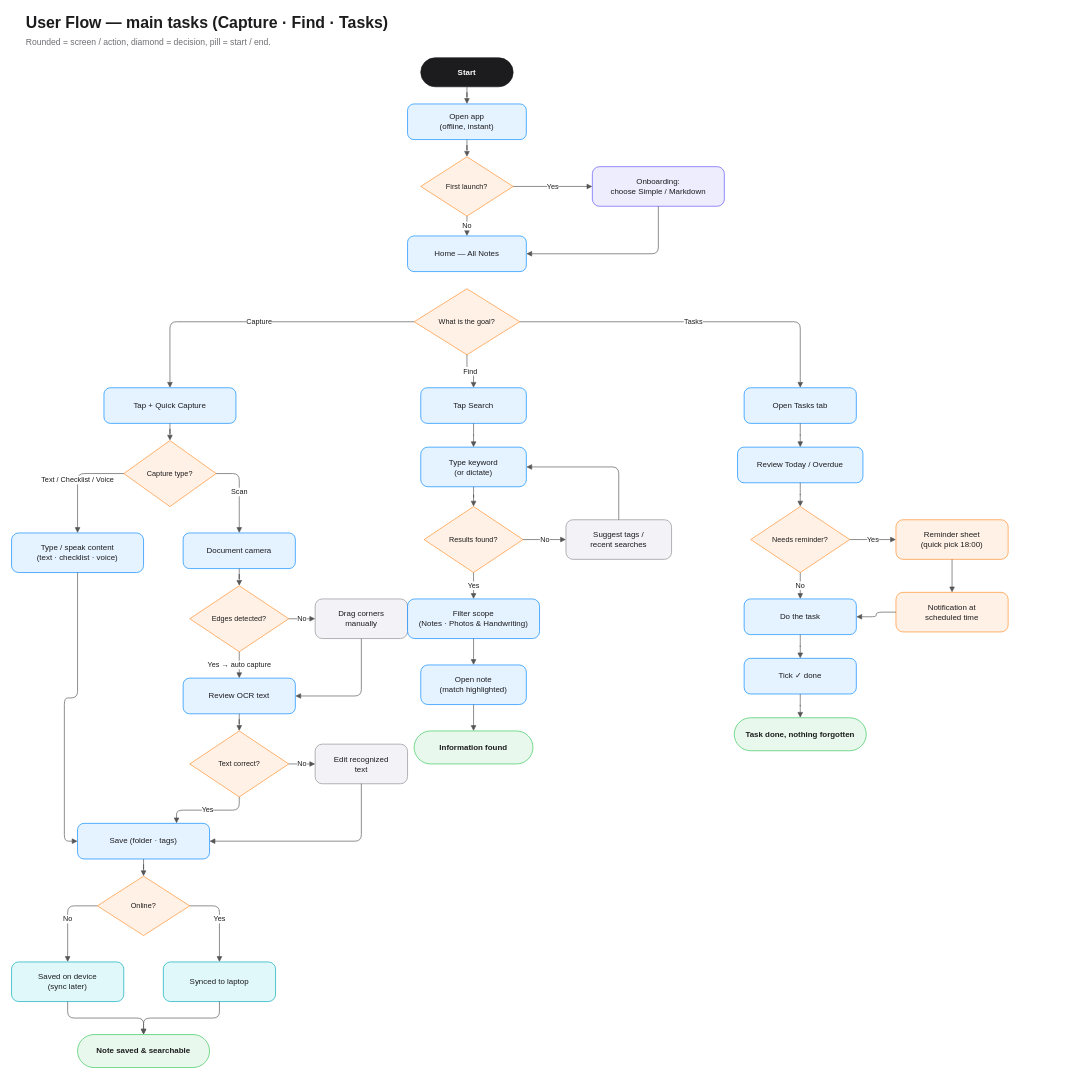
AkioCkist/hci keeps this draw.io diagram as page "3. User Flow" (3 of 9) of Opportunities-HCI-diagrams.drawio. Above is the earlier version. Source tidied: cells renumbered, new cells numbered last; positions are measured from the earlier drawing's top-left corner, leaving out a move shared by most shapes. Both pictures are drawn from the tidied source at 66%, with x=0, y=0 at pixel (11, 11).
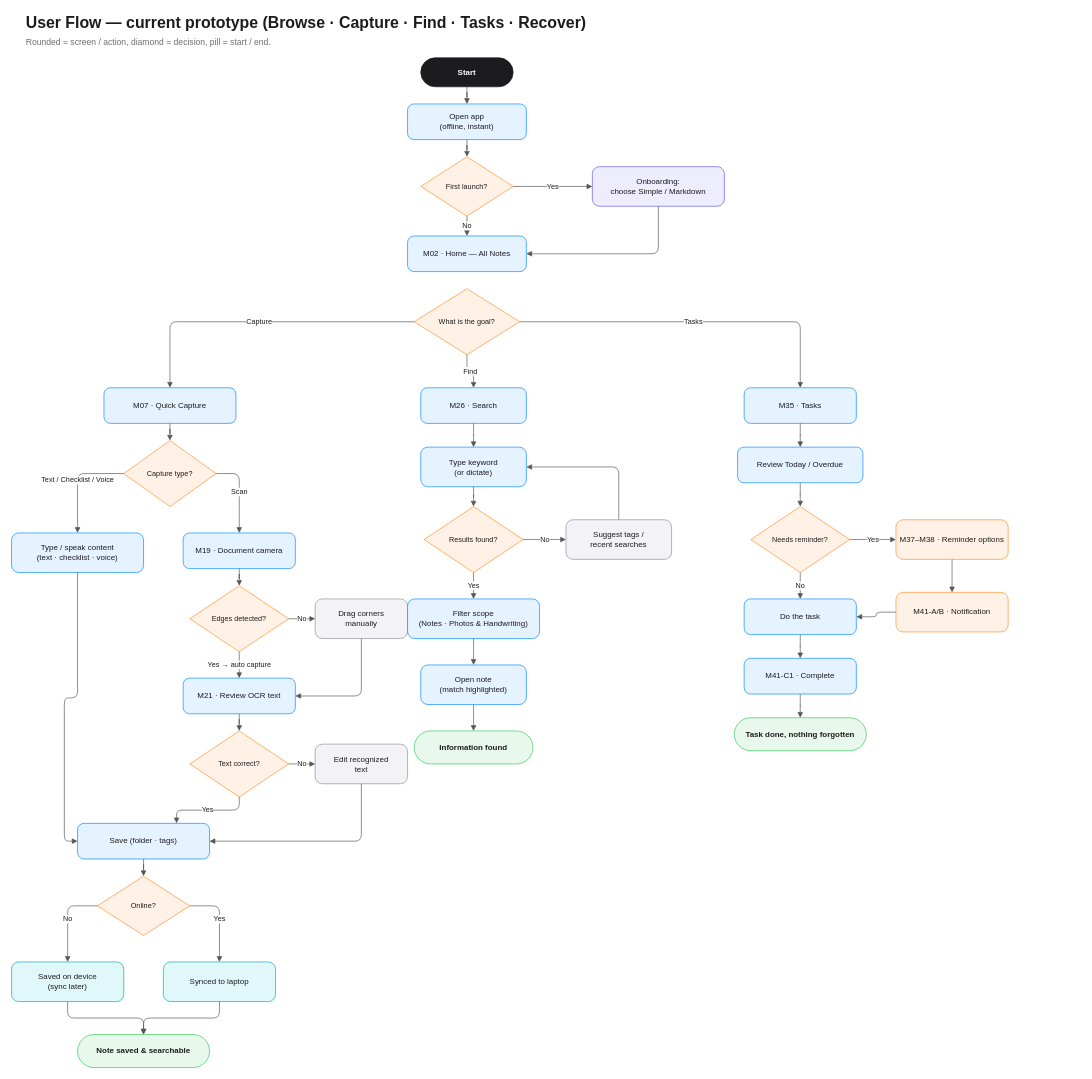
The same diagram, later.

Diff of the diagram source:
```diff
@@
-    <mxCell id="2" value="User Flow — main tasks (Capture · Find · Tasks)" style="html=1;whiteSpace=wrap;fontFamily=Helvetica;fontColor=#1C1C1E;text;fontSize=24;fontStyle=1;align=left;verticalAlign=middle;strokeColor=none;fillColor=none;" parent="1" vertex="1">
+    <mxCell id="2" value="User Flow — current prototype (Browse · Capture · Find · Tasks · Recover)" style="html=1;whiteSpace=wrap;fontFamily=Helvetica;fontColor=#1C1C1E;text;fontSize=24;fontStyle=1;align=left;verticalAlign=middle;strokeColor=none;fillColor=none;" parent="1" vertex="1">
       <mxGeometry x="20" width="1400" height="36" as="geometry" />
     </mxCell>
@@
-    <mxCell id="8" value="Home — All Notes" style="html=1;whiteSpace=wrap;fontFamily=Helvetica;fontColor=#1C1C1E;rounded=1;arcSize=18;fillColor=#E5F2FF;strokeColor=#0088FF;fontSize=12;" parent="1" vertex="1">
+    <mxCell id="8" value="M02 · Home — All Notes" style="html=1;whiteSpace=wrap;fontFamily=Helvetica;fontColor=#1C1C1E;rounded=1;arcSize=18;fillColor=#E5F2FF;strokeColor=#0088FF;fontSize=12;" parent="1" vertex="1">
       <mxGeometry x="600" y="340" width="180" height="54" as="geometry" />
     </mxCell>
@@
-    <mxCell id="15" value="Tap + Quick Capture" style="html=1;whiteSpace=wrap;fontFamily=Helvetica;fontColor=#1C1C1E;rounded=1;arcSize=18;fillColor=#E5F2FF;strokeColor=#0088FF;fontSize=12;" parent="1" vertex="1">
+    <mxCell id="15" value="M07 · Quick Capture" style="html=1;whiteSpace=wrap;fontFamily=Helvetica;fontColor=#1C1C1E;rounded=1;arcSize=18;fillColor=#E5F2FF;strokeColor=#0088FF;fontSize=12;" parent="1" vertex="1">
       <mxGeometry x="140" y="570" width="200" height="54" as="geometry" />
     </mxCell>
@@
-    <mxCell id="18" value="Document camera" style="html=1;whiteSpace=wrap;fontFamily=Helvetica;fontColor=#1C1C1E;rounded=1;arcSize=18;fillColor=#E5F2FF;strokeColor=#0088FF;fontSize=12;" parent="1" vertex="1">
+    <mxCell id="18" value="M19 · Document camera" style="html=1;whiteSpace=wrap;fontFamily=Helvetica;fontColor=#1C1C1E;rounded=1;arcSize=18;fillColor=#E5F2FF;strokeColor=#0088FF;fontSize=12;" parent="1" vertex="1">
       <mxGeometry x="260" y="790" width="170" height="54" as="geometry" />
     </mxCell>
@@
-    <mxCell id="21" value="Review OCR text" style="html=1;whiteSpace=wrap;fontFamily=Helvetica;fontColor=#1C1C1E;rounded=1;arcSize=18;fillColor=#E5F2FF;strokeColor=#0088FF;fontSize=12;" parent="1" vertex="1">
+    <mxCell id="21" value="M21 · Review OCR text" style="html=1;whiteSpace=wrap;fontFamily=Helvetica;fontColor=#1C1C1E;rounded=1;arcSize=18;fillColor=#E5F2FF;strokeColor=#0088FF;fontSize=12;" parent="1" vertex="1">
       <mxGeometry x="260" y="1010" width="170" height="54" as="geometry" />
     </mxCell>
@@
-    <mxCell id="47" value="Tap Search" style="html=1;whiteSpace=wrap;fontFamily=Helvetica;fontColor=#1C1C1E;rounded=1;arcSize=18;fillColor=#E5F2FF;strokeColor=#0088FF;fontSize=12;" parent="1" vertex="1">
+    <mxCell id="47" value="M26 · Search" style="html=1;whiteSpace=wrap;fontFamily=Helvetica;fontColor=#1C1C1E;rounded=1;arcSize=18;fillColor=#E5F2FF;strokeColor=#0088FF;fontSize=12;" parent="1" vertex="1">
       <mxGeometry x="620" y="570" width="160" height="54" as="geometry" />
     </mxCell>
@@
-    <mxCell id="62" value="Open Tasks tab" style="html=1;whiteSpace=wrap;fontFamily=Helvetica;fontColor=#1C1C1E;rounded=1;arcSize=18;fillColor=#E5F2FF;strokeColor=#0088FF;fontSize=12;" parent="1" vertex="1">
+    <mxCell id="62" value="M35 · Tasks" style="html=1;whiteSpace=wrap;fontFamily=Helvetica;fontColor=#1C1C1E;rounded=1;arcSize=18;fillColor=#E5F2FF;strokeColor=#0088FF;fontSize=12;" parent="1" vertex="1">
       <mxGeometry x="1110" y="570" width="170" height="54" as="geometry" />
     </mxCell>
@@
-    <mxCell id="65" value="Reminder sheet&lt;br&gt;(quick pick 18:00)" style="html=1;whiteSpace=wrap;fontFamily=Helvetica;fontColor=#1C1C1E;rounded=1;arcSize=18;fillColor=#FFF1E5;strokeColor=#FF8D28;fontSize=12;" parent="1" vertex="1">
+    <mxCell id="65" value="M37–M38 · Reminder options" style="html=1;whiteSpace=wrap;fontFamily=Helvetica;fontColor=#1C1C1E;rounded=1;arcSize=18;fillColor=#FFF1E5;strokeColor=#FF8D28;fontSize=12;" parent="1" vertex="1">
       <mxGeometry x="1340" y="770" width="170" height="60" as="geometry" />
     </mxCell>
-    <mxCell id="66" value="Notification at&lt;br&gt;scheduled time" style="html=1;whiteSpace=wrap;fontFamily=Helvetica;fontColor=#1C1C1E;rounded=1;arcSize=18;fillColor=#FFF1E5;strokeColor=#FF8D28;fontSize=12;" parent="1" vertex="1">
+    <mxCell id="66" value="M41-A/B · Notification" style="html=1;whiteSpace=wrap;fontFamily=Helvetica;fontColor=#1C1C1E;rounded=1;arcSize=18;fillColor=#FFF1E5;strokeColor=#FF8D28;fontSize=12;" parent="1" vertex="1">
       <mxGeometry x="1340" y="880" width="170" height="60" as="geometry" />
     </mxCell>
@@
-    <mxCell id="68" value="Tick ✓ done" style="html=1;whiteSpace=wrap;fontFamily=Helvetica;fontColor=#1C1C1E;rounded=1;arcSize=18;fillColor=#E5F2FF;strokeColor=#0088FF;fontSize=12;" parent="1" vertex="1">
+    <mxCell id="68" value="M41-C1 · Complete" style="html=1;whiteSpace=wrap;fontFamily=Helvetica;fontColor=#1C1C1E;rounded=1;arcSize=18;fillColor=#E5F2FF;strokeColor=#0088FF;fontSize=12;" parent="1" vertex="1">
       <mxGeometry x="1110" y="980" width="170" height="54" as="geometry" />
     </mxCell>
```
